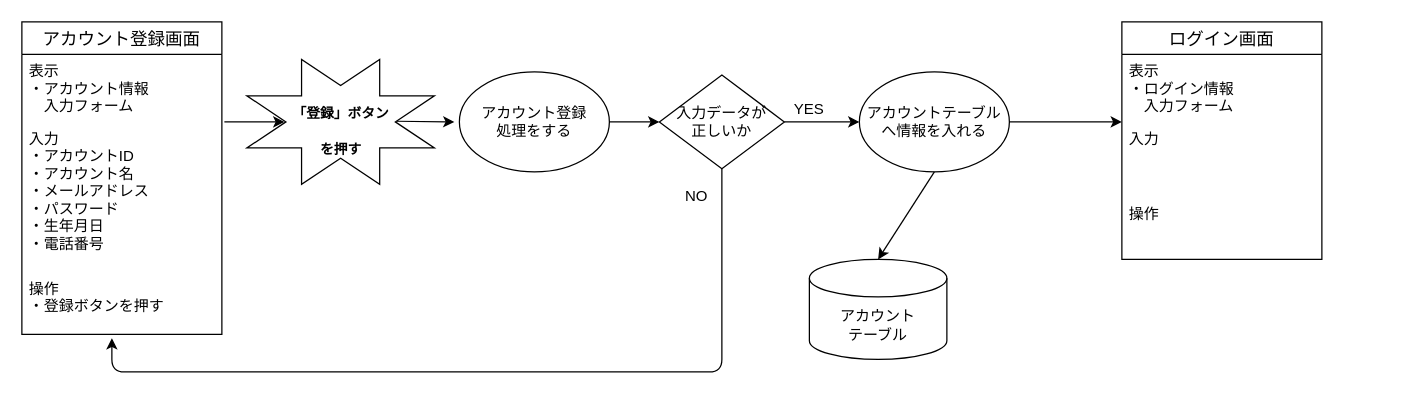
Ryusei44237/sotuken keeps this draw.io diagram as 登録画面.drawio. Above is the earlier version. Source tidied: cells renumbered, new cells numbered last; positions are measured from the earlier drawing's top-left corner, leaving out a move shared by most shapes. Both pictures are drawn from the tidied source at 125%, with x=0, y=0 at pixel (21, 21).
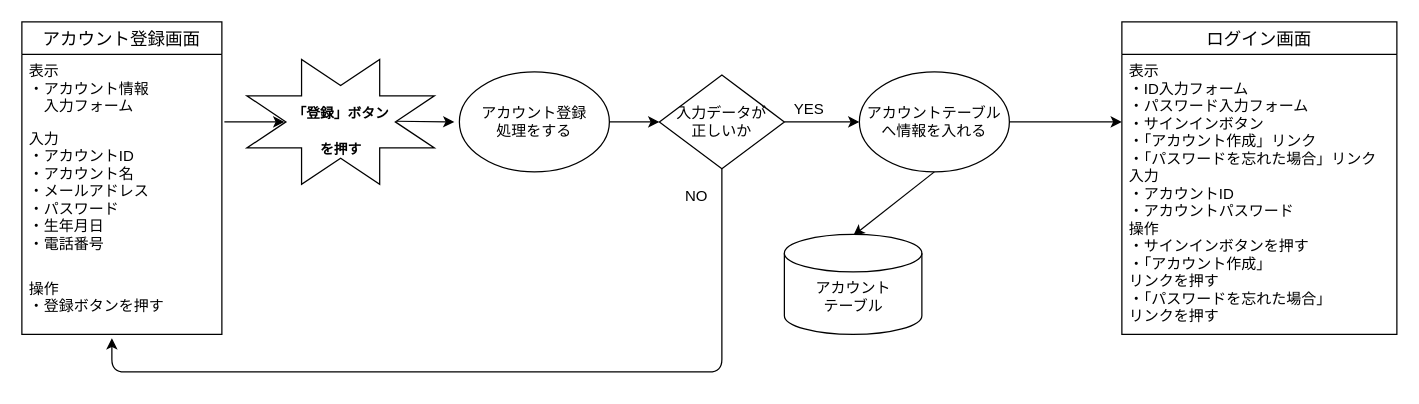
After the change.

Unchanged cells that the change refers to:
```xml
<mxCell id="18" value="アカウントテーブルへ情報を入れる" style="ellipse;whiteSpace=wrap;html=1;strokeColor=#000000;strokeWidth=1;" parent="1" vertex="1">
  <mxGeometry x="670" y="40" width="120" height="80" as="geometry" />
</mxCell>
```

Diff of the diagram source:
```diff
@@
-    <mxCell id="8" value="アカウント&lt;br&gt;テーブル" style="shape=cylinder3;whiteSpace=wrap;html=1;boundedLbl=1;backgroundOutline=1;size=15;" parent="1" vertex="1">
-      <mxGeometry x="630" y="190" width="110" height="80" as="geometry" />
-    </mxCell>
@@
-    <mxCell id="19" style="endArrow=classic;html=1;exitX=0.5;exitY=1;exitDx=0;exitDy=0;entryX=0.5;entryY=0;entryDx=0;entryDy=0;entryPerimeter=0;" parent="1" edge="1" source="18" target="8">
+    <mxCell id="19" style="endArrow=classic;html=1;exitX=0.5;exitY=1;exitDx=0;exitDy=0;entryX=0.501;entryY=0.013;entryDx=0;entryDy=0;entryPerimeter=0;" parent="1" edge="1" source="18" target="27">
       <mxGeometry relative="1" as="geometry" />
     </mxCell>
@@
-    <mxCell id="22" value="ログイン画面" style="swimlane;fontStyle=0;horizontal=1;startSize=26;align=center;fontSize=14;strokeColor=#000000;strokeWidth=1;" parent="1" vertex="1">
-      <mxGeometry x="880" width="160" height="190" as="geometry" />
+    <mxCell id="22" value="ログイン画面" style="swimlane;fontStyle=0;horizontal=1;startSize=26;align=center;fontSize=14;" parent="1" vertex="1">
+      <mxGeometry x="880" width="220" height="250" as="geometry" />
     </mxCell>
-    <mxCell id="23" value="表示&#10;・ログイン情報&#10;　入力フォーム&#10;　" style="text;strokeColor=none;fillColor=none;spacingLeft=4;spacingRight=4;overflow=hidden;fontSize=12;" parent="22" vertex="1">
-      <mxGeometry y="26" width="160" height="54" as="geometry" />
-    </mxCell>
-    <mxCell id="24" value="入力" style="text;strokeColor=none;fillColor=none;spacingLeft=4;spacingRight=4;overflow=hidden;fontSize=12;" parent="22" vertex="1">
-      <mxGeometry y="80" width="160" height="60" as="geometry" />
-    </mxCell>
-    <mxCell id="25" value="操作&#10;&#10;" style="text;strokeColor=none;fillColor=none;spacingLeft=4;spacingRight=4;overflow=hidden;fontSize=12;" parent="22" vertex="1">
-      <mxGeometry y="140" width="160" height="50" as="geometry" />
-    </mxCell>
+    <mxCell id="26" value="表示&#10;・ID入力フォーム&#10;・パスワード入力フォーム&#10;・サインインボタン&#10;・「アカウント作成」リンク&#10;・「パスワードを忘れた場合」リンク&#10;入力&#10;・アカウントID&#10;・アカウントパスワード&#10;操作&#10;・サインインボタンを押す&#10;・「アカウント作成」&#10;リンクを押す&#10;・「パスワードを忘れた場合」&#10;リンクを押す" style="text;strokeColor=none;fillColor=none;spacingLeft=4;spacingRight=4;overflow=hidden;fontSize=12;" parent="22" vertex="1">
+      <mxGeometry y="26" width="220" height="224" as="geometry" />
+    </mxCell>
+    <mxCell id="27" style="shape=cylinder2;whiteSpace=wrap;html=1;boundedLbl=1;backgroundOutline=1;size=15;" parent="1" vertex="1">
+      <mxGeometry x="610" y="170" width="110" height="80" as="geometry" />
+    </mxCell>
+    <mxCell id="28" value="アカウントテーブル" style="text;html=1;strokeColor=none;fillColor=none;align=center;verticalAlign=middle;whiteSpace=wrap;rounded=0;" parent="1" vertex="1">
+      <mxGeometry x="632.5" y="210" width="65" height="20" as="geometry" />
+    </mxCell>
```
